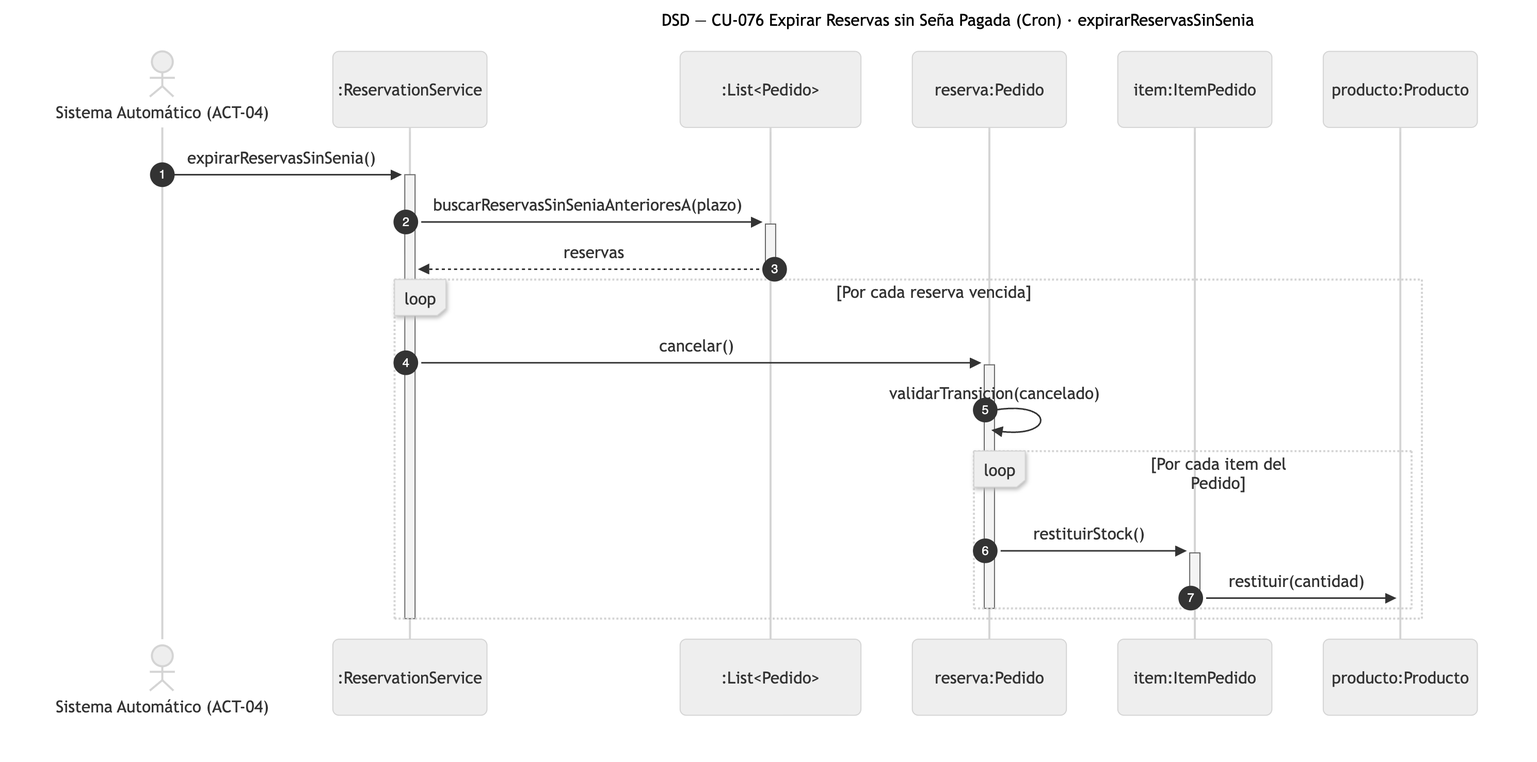
Before: diagramas/png/DSD_CU-076_expirarReservasSinSenia.png, a diagram exported from Mermaid (Nahuelito-Dev/splg-docs). Its source is kept beside it as diagramas/DSD_CU-076_expirarReservasSinSenia.mmd. Source of this version:
```mermaid
sequenceDiagram
    title DSD — CU-076 Expirar Reservas sin Seña Pagada (Cron) · expirarReservasSinSenia
    autonumber
    actor SIS as Sistema Automático (ACT-04)
    participant SRV as :ReservationService
    participant COL as :List#lt;Pedido#gt;
    participant PED as reserva:Pedido
    participant ITM as item:ItemPedido
    participant PRO as producto:Producto

    SIS->>+SRV: expirarReservasSinSenia()
    SRV->>+COL: buscarReservasSinSeniaAnterioresA(plazo)
    COL-->>-SRV: reservas
    loop Por cada reserva vencida
        SRV->>+PED: cancelar()
        PED->>PED: validarTransicion(cancelado)
        loop Por cada item del Pedido
            PED->>+ITM: restituirStock()
            ITM->>PRO: restituir(cantidad)
            deactivate ITM
        end
        deactivate PED
    end
    deactivate SRV
```
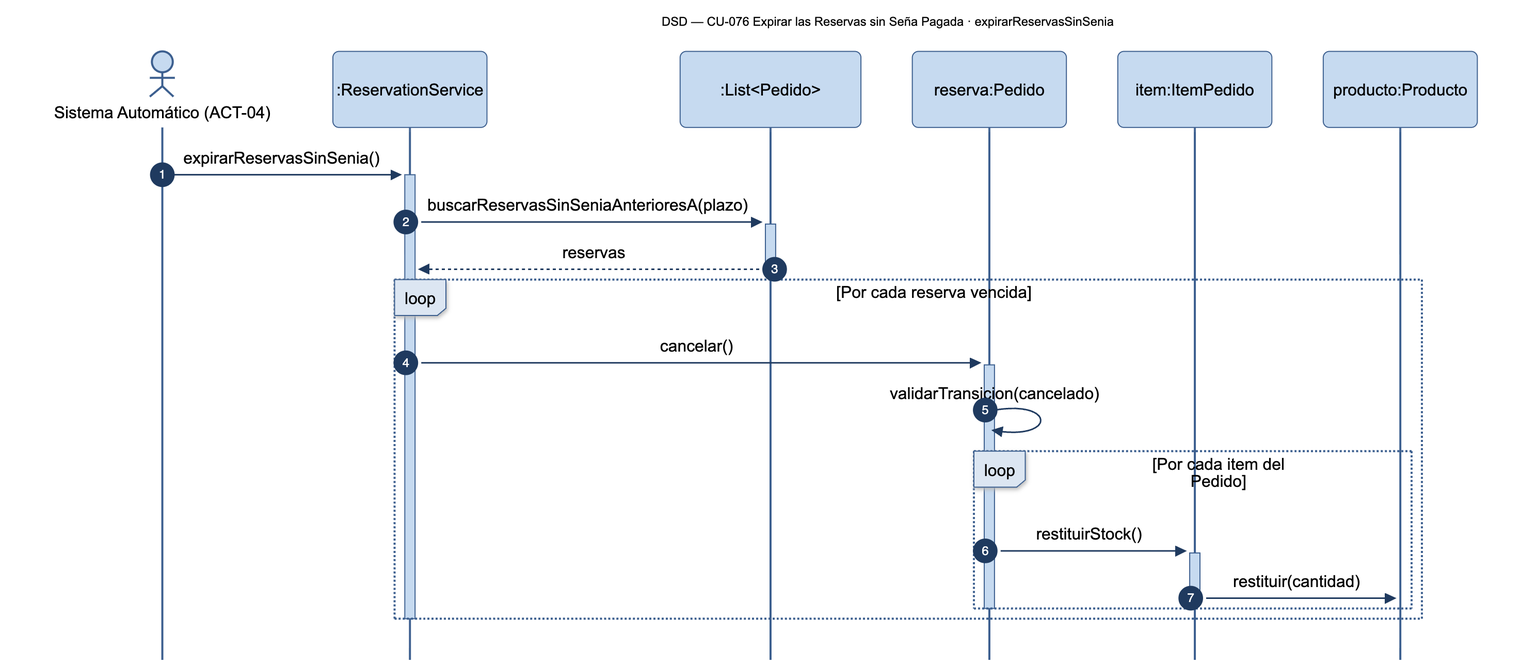
After the change.

The edit, as a diff of the source:
```diff
@@ -1,5 +1,5 @@
 sequenceDiagram
-    title DSD — CU-076 Expirar Reservas sin Seña Pagada (Cron) · expirarReservasSinSenia
+    title DSD — CU-076 Expirar las Reservas sin Seña Pagada · expirarReservasSinSenia
     autonumber
     actor SIS as Sistema Automático (ACT-04)
     participant SRV as :ReservationService
```
